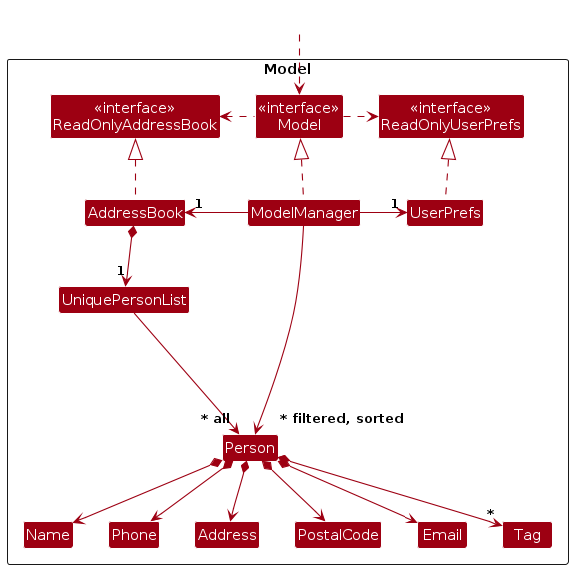
This is diagrams/ModelClassDiagram.png from AY2627S1-CS2103T-F09-3/tp, a PlantUML export, as it was before one commit. Its source is kept beside it as diagrams/ModelClassDiagram.puml.
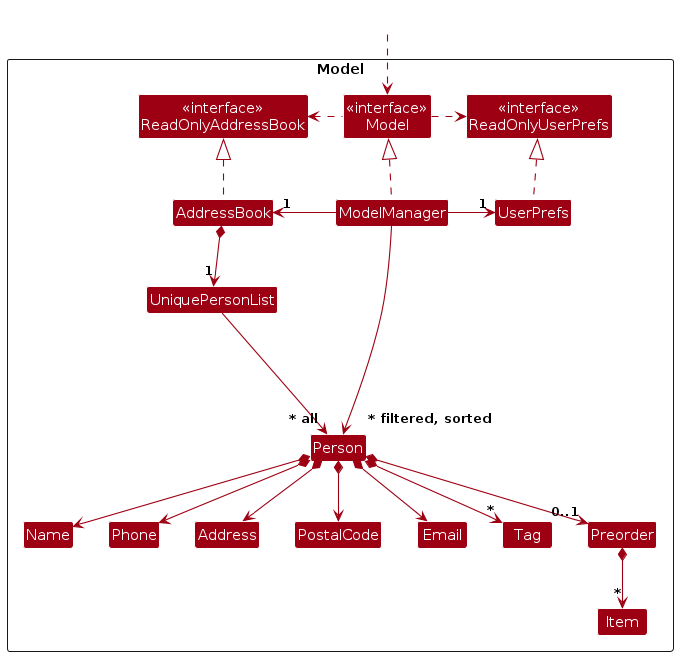
Later version of the same file.

Diff of the diagram source:
```diff
@@ -20,6 +20,8 @@
 Class Phone
 Class PostalCode
 Class Tag
+Class Preorder
+Class Item
 
 Class I #FFFFFF
 }
@@ -44,6 +46,8 @@
 Person *--> Address
 Person *--> PostalCode
 Person *--> "*" Tag
+Person *--> "0..1" Preorder
+Preorder *--> "*" Item
 
 Person -[hidden]up--> I
 UniquePersonList -[hidden]right-> I
```
